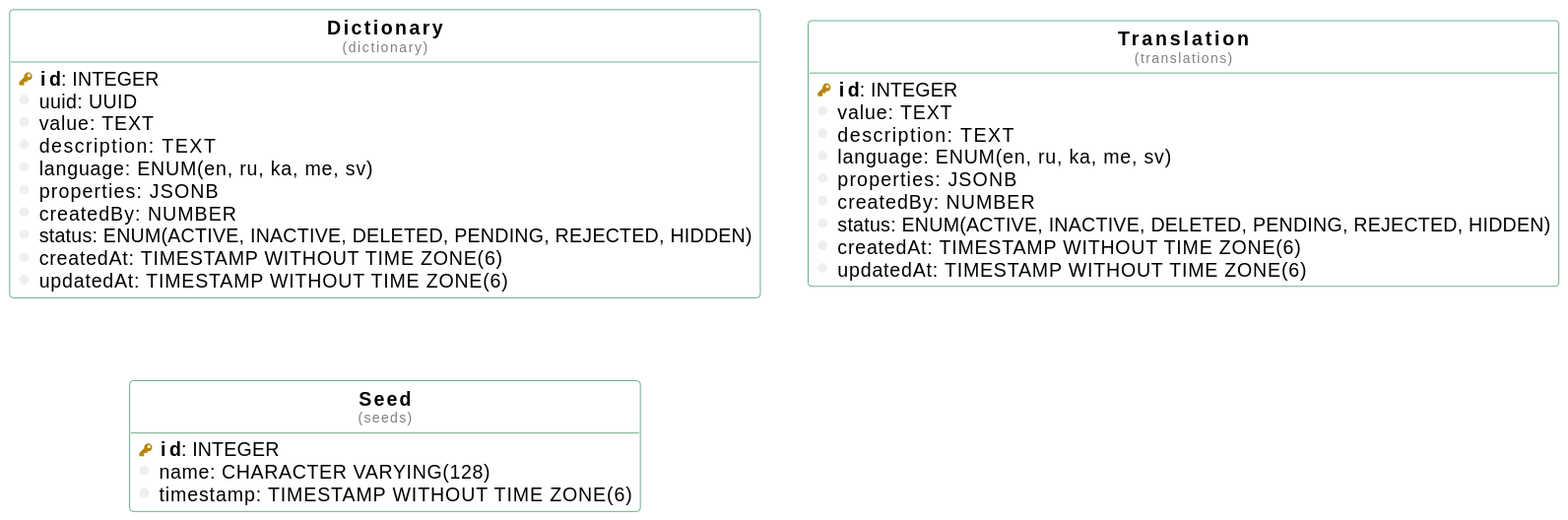
The PlantUML diagram docs/db-diagram.svg in nimda-software/backend-service, before a commit.
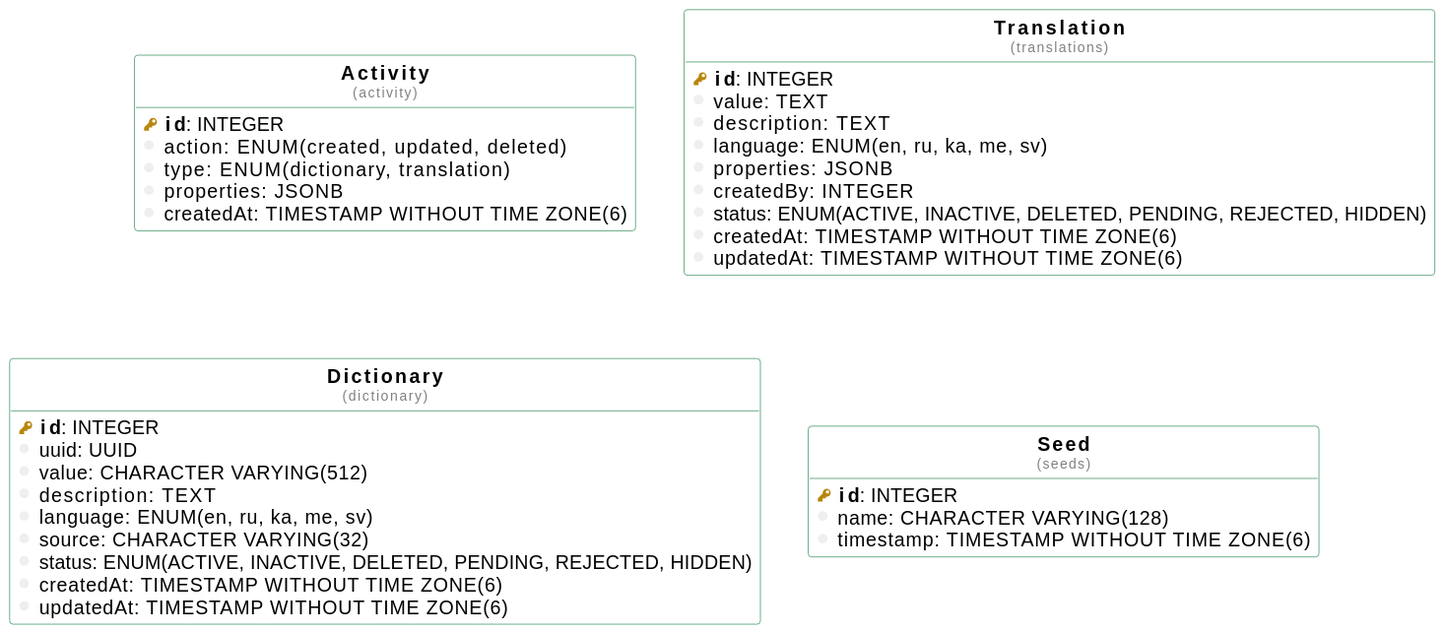
After the commit.

Change to the diagram source:
```diff
@@ -23,17 +23,12 @@
 }
 
 
-table( Dictionary, dictionary ) as dictionary {
+table( Activity, activity ) as activity {
   pkey( id ): INTEGER
-  column( uuid ): UUID
-  column( value ): TEXT
-  column( description ): TEXT
-  column( language ): ENUM(en, ru, ka, me, sv)
+  column( action ): ENUM(created, updated, deleted)
+  column( type ): ENUM(dictionary, translation)
   column( properties ): JSONB
-  column( createdBy ): NUMBER
-  column( status ): ENUM(ACTIVE, INACTIVE, DELETED, PENDING, REJECTED, HIDDEN)
   column( createdAt ): TIMESTAMP WITHOUT TIME ZONE(6)
-  column( updatedAt ): TIMESTAMP WITHOUT TIME ZONE(6)
 }
 
 table( Translation, translations ) as translations {
@@ -42,7 +37,19 @@
   column( description ): TEXT
   column( language ): ENUM(en, ru, ka, me, sv)
   column( properties ): JSONB
-  column( createdBy ): NUMBER
+  column( createdBy ): INTEGER
+  column( status ): ENUM(ACTIVE, INACTIVE, DELETED, PENDING, REJECTED, HIDDEN)
+  column( createdAt ): TIMESTAMP WITHOUT TIME ZONE(6)
+  column( updatedAt ): TIMESTAMP WITHOUT TIME ZONE(6)
+}
+
+table( Dictionary, dictionary ) as dictionary {
+  pkey( id ): INTEGER
+  column( uuid ): UUID
+  column( value ): CHARACTER VARYING(512)
+  column( description ): TEXT
+  column( language ): ENUM(en, ru, ka, me, sv)
+  column( source ): CHARACTER VARYING(32)
   column( status ): ENUM(ACTIVE, INACTIVE, DELETED, PENDING, REJECTED, HIDDEN)
   column( createdAt ): TIMESTAMP WITHOUT TIME ZONE(6)
   column( updatedAt ): TIMESTAMP WITHOUT TIME ZONE(6)
```
